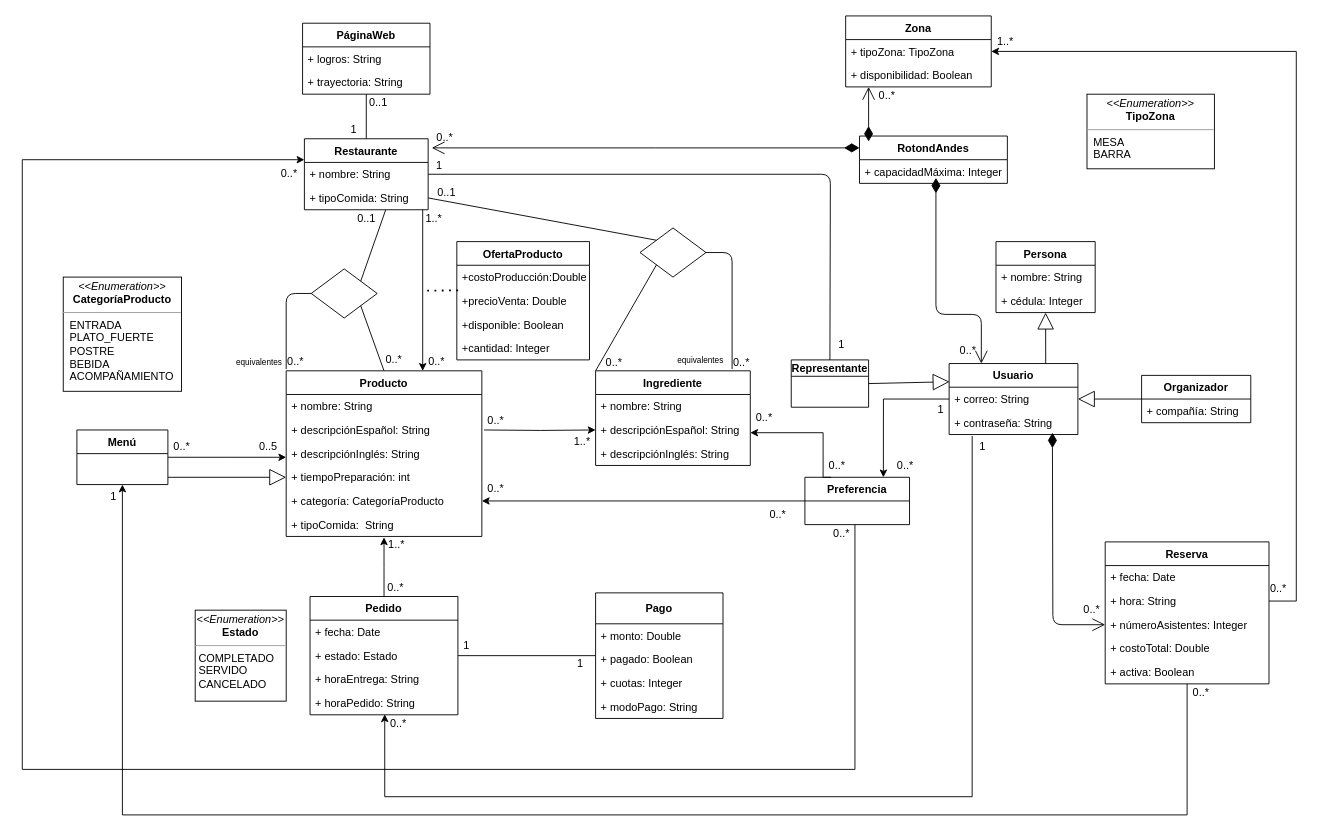
Earlier version of the draw.io diagram Untitled Diagram.drawio (ValentinaSalazarM/Sistrans). Source tidied: cells renumbered, new cells numbered last; positions are measured from the earlier drawing's top-left corner, leaving out a move shared by most shapes. Both pictures are drawn from the tidied source at 91%, with x=0, y=0 at pixel (22, 15).
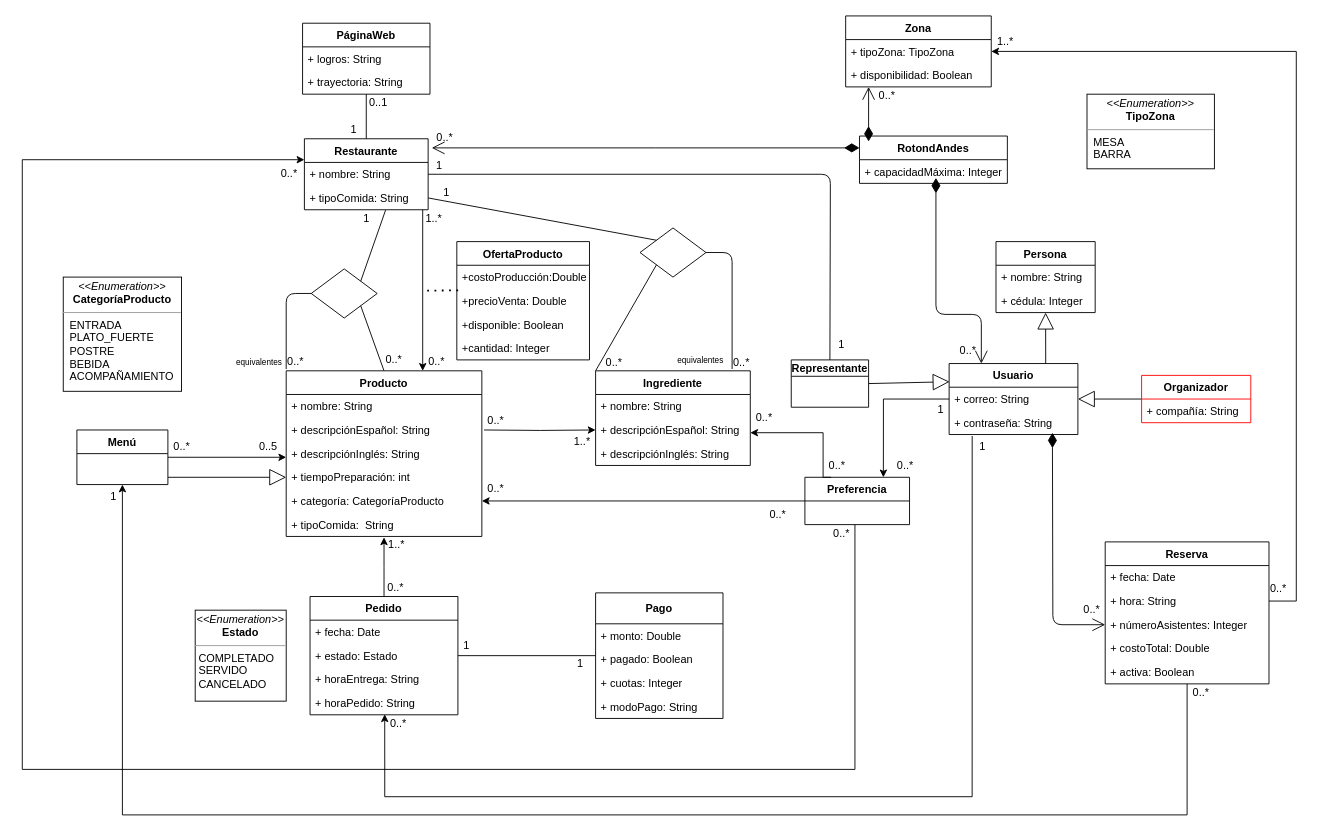
After the change.

Diff of the diagram source:
```diff
@@
-    <mxCell id="100" value="0..1" style="text;html=1;align=center;verticalAlign=middle;" parent="1" vertex="1">
-      <mxGeometry x="446" y="184" width="40" height="20" as="geometry" />
+    <mxCell id="100" value="1" style="text;html=1;align=center;verticalAlign=middle;" parent="1" vertex="1">
+      <mxGeometry x="456" y="184" width="20" height="20" as="geometry" />
     </mxCell>
@@
-    <mxCell id="102" value="0..1" style="text;html=1;align=center;verticalAlign=middle;" parent="1" vertex="1">
-      <mxGeometry x="358" y="213" width="40" height="20" as="geometry" />
+    <mxCell id="102" value="1" style="text;html=1;align=center;verticalAlign=middle;" parent="1" vertex="1">
+      <mxGeometry x="368" y="213" width="20" height="20" as="geometry" />
     </mxCell>
@@
-    <mxCell id="120" value="Organizador" style="swimlane;fontStyle=1;horizontal=1;startSize=26;fillColor=none;" parent="1" vertex="1">
+    <mxCell id="120" value="Organizador" style="swimlane;fontStyle=1;horizontal=1;startSize=26;fillColor=none;strokeColor=#FF0000;" parent="1" vertex="1">
       <mxGeometry x="1230" y="395" width="120" height="52" as="geometry" />
     </mxCell>
```
